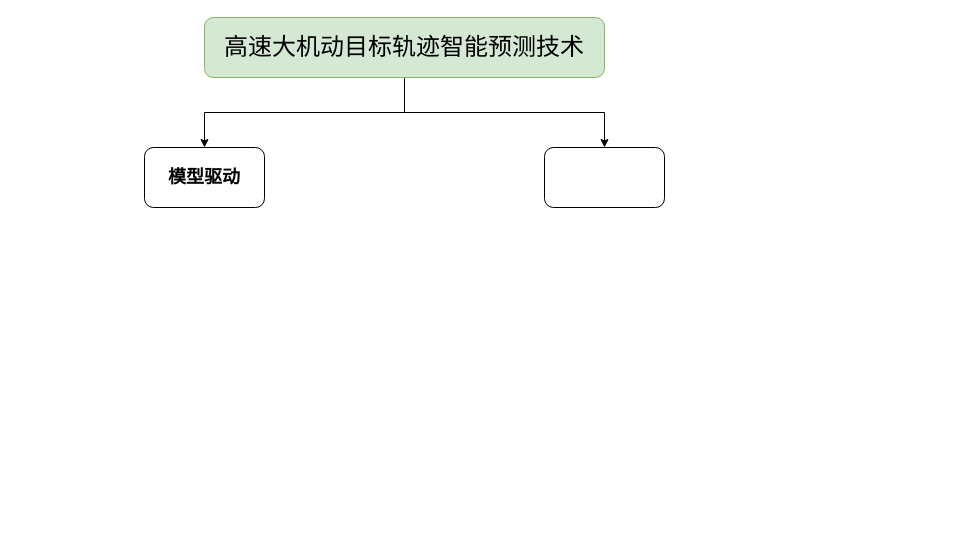
The draw.io diagram 轨迹预测框架.drawio in master-fency/plot, before the edit. Source tidied: cells renumbered, new cells numbered last; positions are measured from the earlier drawing's top-left corner, leaving out a move shared by most shapes. Both pictures are drawn from the tidied source at 100%, with x=0, y=0 at pixel (144, 17).
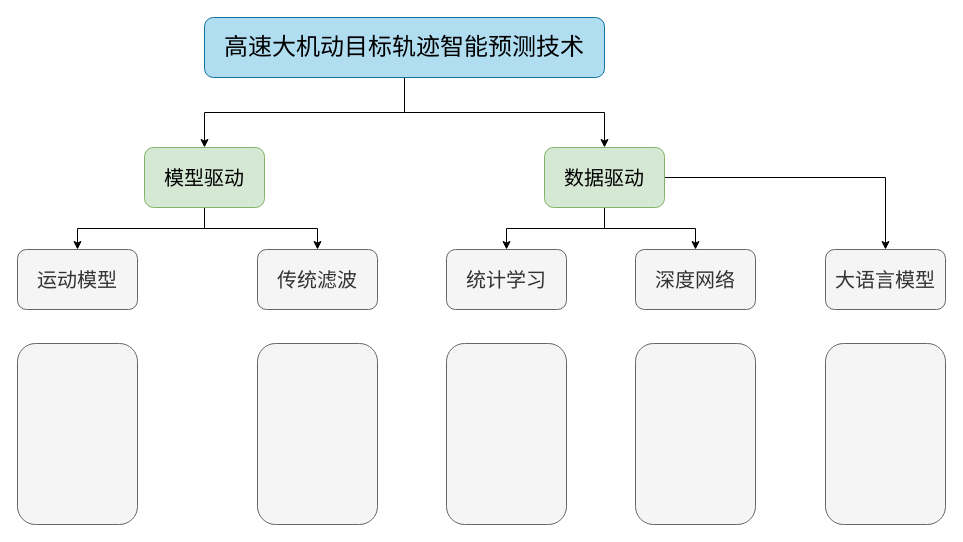
The same page after the edit.

Commit message:
更新轨迹预测框架.drawio

Change to the diagram source:
```diff
@@
-    <mxCell id="4" value="&lt;span class=&quot;a0&quot;&gt;&lt;span style=&quot;font-size:18.0pt;&lt;br/&gt;mso-bidi-font-family:&amp;quot;Times New Roman&amp;quot;;mso-ansi-language:EN-US;mso-fareast-language:&lt;br/&gt;ZH-CN;mso-bidi-language:AR-SA&quot;&gt;&lt;font face=&quot;Times New Roman&quot;&gt;高速大机动目标轨迹智能预测技术&lt;/font&gt;&lt;/span&gt;&lt;/span&gt;" style="rounded=1;whiteSpace=wrap;html=1;fillColor=#d5e8d4;strokeColor=#82b366;" parent="1" vertex="1">
+    <mxCell id="4" value="&lt;span class=&quot;a0&quot;&gt;&lt;span style=&quot;font-size:18.0pt;&lt;br/&gt;mso-bidi-font-family:&amp;quot;Times New Roman&amp;quot;;mso-ansi-language:EN-US;mso-fareast-language:&lt;br/&gt;ZH-CN;mso-bidi-language:AR-SA&quot;&gt;&lt;font face=&quot;Times New Roman&quot;&gt;高速大机动目标轨迹智能预测技术&lt;/font&gt;&lt;/span&gt;&lt;/span&gt;" style="rounded=1;whiteSpace=wrap;html=1;fillColor=#b1ddf0;strokeColor=#10739e;" parent="1" vertex="1">
       <mxGeometry x="60" width="400" height="60" as="geometry" />
     </mxCell>
+    <mxCell id="7" style="edgeStyle=orthogonalEdgeStyle;rounded=0;jettySize=auto;html=1;exitX=0.5;exitY=1;exitDx=0;exitDy=0;" parent="1" edge="1" source="5" target="13">
+      <mxGeometry relative="1" as="geometry" />
+    </mxCell>
+    <mxCell id="8" style="edgeStyle=orthogonalEdgeStyle;rounded=0;jettySize=auto;html=1;exitX=0.5;exitY=1;exitDx=0;exitDy=0;entryX=0.5;entryY=0;entryDx=0;entryDy=0;" parent="1" edge="1" source="5" target="12">
+      <mxGeometry relative="1" as="geometry" />
+    </mxCell>
-    <mxCell id="5" value="&lt;h2&gt;&lt;font face=&quot;Times New Roman&quot;&gt;模型驱动&lt;/font&gt;&lt;/h2&gt;" style="rounded=1;whiteSpace=wrap;html=1;" parent="1" vertex="1">
+    <mxCell id="5" value="&lt;pre&gt;&lt;font face=&quot;Times New Roman&quot; style=&quot;font-size: 20px;&quot;&gt;模型驱动&lt;/font&gt;&lt;/pre&gt;" style="rounded=1;whiteSpace=wrap;html=1;fillColor=#d5e8d4;strokeColor=#82b366;" parent="1" vertex="1">
       <mxGeometry y="130" width="120" height="60" as="geometry" />
     </mxCell>
+    <mxCell id="9" style="edgeStyle=orthogonalEdgeStyle;rounded=0;jettySize=auto;html=1;exitX=1;exitY=0.5;exitDx=0;exitDy=0;entryX=0.5;entryY=0;entryDx=0;entryDy=0;" parent="1" edge="1" source="6" target="17">
+      <mxGeometry relative="1" as="geometry" />
+    </mxCell>
+    <mxCell id="10" style="edgeStyle=orthogonalEdgeStyle;rounded=0;jettySize=auto;html=1;exitX=0.5;exitY=1;exitDx=0;exitDy=0;entryX=0.5;entryY=0;entryDx=0;entryDy=0;" parent="1" edge="1" source="6" target="15">
+      <mxGeometry relative="1" as="geometry" />
+    </mxCell>
+    <mxCell id="11" style="edgeStyle=orthogonalEdgeStyle;rounded=0;jettySize=auto;html=1;exitX=0.5;exitY=1;exitDx=0;exitDy=0;entryX=0.5;entryY=0;entryDx=0;entryDy=0;" parent="1" edge="1" source="6" target="14">
+      <mxGeometry relative="1" as="geometry" />
+    </mxCell>
-    <mxCell id="6" style="rounded=1;whiteSpace=wrap;html=1;" parent="1" vertex="1">
+    <mxCell id="6" value="&lt;font face=&quot;Times New Roman&quot; style=&quot;font-size: 20px;&quot;&gt;数据驱动&lt;/font&gt;" style="rounded=1;whiteSpace=wrap;html=1;fillColor=#d5e8d4;strokeColor=#82b366;" parent="1" vertex="1">
       <mxGeometry x="400" y="130" width="120" height="60" as="geometry" />
     </mxCell>
+    <mxCell id="12" value="&lt;pre&gt;&lt;font face=&quot;Times New Roman&quot; style=&quot;font-size: 20px;&quot;&gt;运动模型&lt;/font&gt;&lt;/pre&gt;" style="rounded=1;whiteSpace=wrap;html=1;fillColor=#f5f5f5;fontColor=#333333;strokeColor=#666666;" parent="1" vertex="1">
+      <mxGeometry x="-127" y="232" width="120" height="60" as="geometry" />
+    </mxCell>
+    <mxCell id="13" value="&lt;pre&gt;&lt;font face=&quot;Times New Roman&quot; style=&quot;font-size: 20px;&quot;&gt;传统滤波&lt;/font&gt;&lt;/pre&gt;" style="rounded=1;whiteSpace=wrap;html=1;fillColor=#f5f5f5;fontColor=#333333;strokeColor=#666666;" parent="1" vertex="1">
+      <mxGeometry x="113" y="232" width="120" height="60" as="geometry" />
+    </mxCell>
+    <mxCell id="14" value="&lt;pre&gt;&lt;font face=&quot;Times New Roman&quot;&gt;&lt;span style=&quot;font-size: 20px;&quot;&gt;统计学习&lt;/span&gt;&lt;/font&gt;&lt;/pre&gt;" style="rounded=1;whiteSpace=wrap;html=1;fillColor=#f5f5f5;fontColor=#333333;strokeColor=#666666;" parent="1" vertex="1">
+      <mxGeometry x="302" y="232" width="120" height="60" as="geometry" />
+    </mxCell>
+    <mxCell id="15" value="&lt;pre&gt;&lt;font face=&quot;Times New Roman&quot; style=&quot;font-size: 20px;&quot;&gt;深度网络&lt;/font&gt;&lt;/pre&gt;" style="rounded=1;whiteSpace=wrap;html=1;fillColor=#f5f5f5;fontColor=#333333;strokeColor=#666666;" parent="1" vertex="1">
+      <mxGeometry x="491" y="232" width="120" height="60" as="geometry" />
+    </mxCell>
+    <mxCell id="16" style="group;" parent="1" vertex="1">
+      <mxGeometry x="336" y="198" width="240" height="55" as="geometry" />
+    </mxCell>
+    <mxCell id="17" value="&lt;pre&gt;&lt;font face=&quot;Times New Roman&quot;&gt;&lt;span style=&quot;font-size: 20px;&quot;&gt;大语言模型&lt;/span&gt;&lt;/font&gt;&lt;/pre&gt;" style="rounded=1;whiteSpace=wrap;html=1;fillColor=#f5f5f5;fontColor=#333333;strokeColor=#666666;" parent="1" vertex="1">
+      <mxGeometry x="681" y="232" width="120" height="60" as="geometry" />
+    </mxCell>
+    <mxCell id="18" style="rounded=1;whiteSpace=wrap;html=1;fillColor=#f5f5f5;strokeColor=#666666;fontColor=#333333;" parent="1" vertex="1">
+      <mxGeometry x="-127" y="326" width="120" height="181" as="geometry" />
+    </mxCell>
+    <mxCell id="19" style="rounded=1;whiteSpace=wrap;html=1;fillColor=#f5f5f5;strokeColor=#666666;fontColor=#333333;" parent="1" vertex="1">
+      <mxGeometry x="113" y="326" width="120" height="181" as="geometry" />
+    </mxCell>
+    <mxCell id="20" style="rounded=1;whiteSpace=wrap;html=1;fillColor=#f5f5f5;fontColor=#333333;strokeColor=#666666;" parent="1" vertex="1">
+      <mxGeometry x="302" y="326" width="120" height="181" as="geometry" />
+    </mxCell>
+    <mxCell id="21" style="rounded=1;whiteSpace=wrap;html=1;fillColor=#f5f5f5;fontColor=#333333;strokeColor=#666666;" parent="1" vertex="1">
+      <mxGeometry x="491" y="326" width="120" height="181" as="geometry" />
+    </mxCell>
+    <mxCell id="22" style="rounded=1;whiteSpace=wrap;html=1;fillColor=#f5f5f5;fontColor=#333333;strokeColor=#666666;" parent="1" vertex="1">
+      <mxGeometry x="681" y="326" width="120" height="181" as="geometry" />
+    </mxCell>
```
